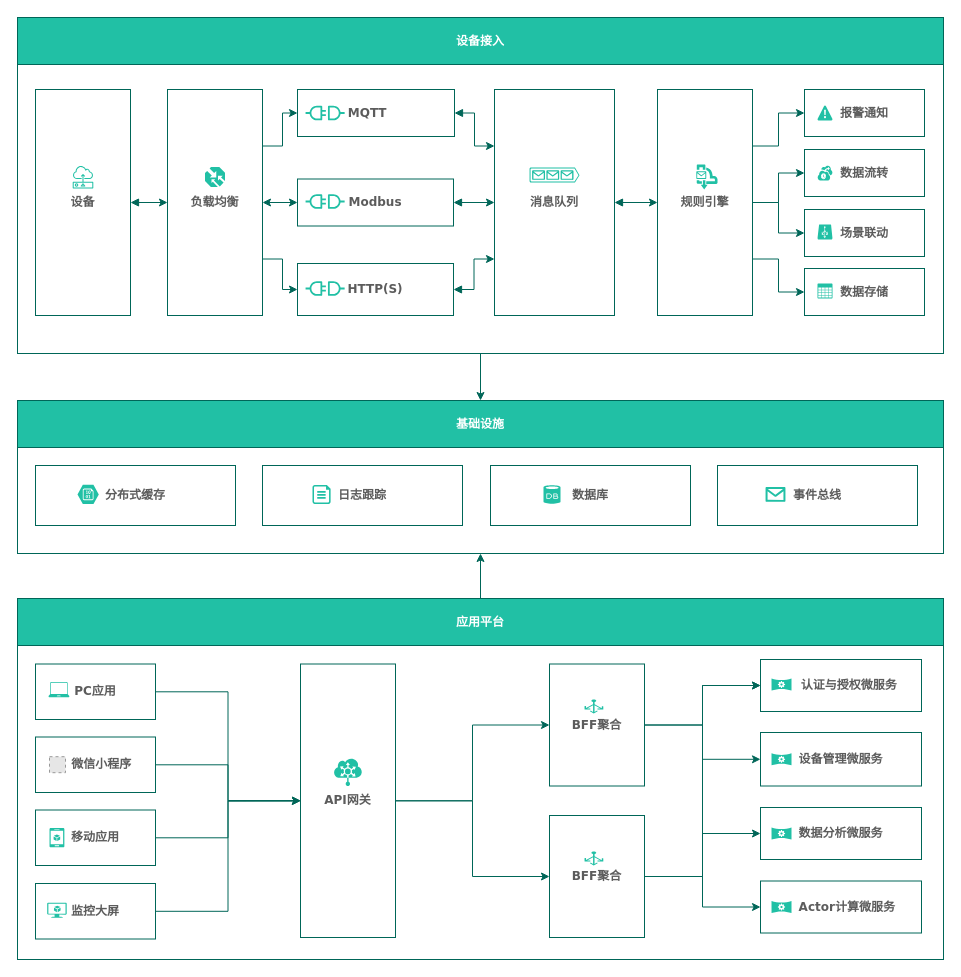
Before: page "软件架构图" (2 of 2) of 零度架构.drawio in bit365/diagrams, a draw.io diagram. Source tidied: cells renumbered, new cells numbered last; positions are measured from the earlier drawing's top-left corner, leaving out a move shared by most shapes. Both pictures are drawn from the tidied source at 100%, with x=0, y=0 at pixel (17, 17). Pictures stored in the file or linked from it are replaced by grey dashed boxes.
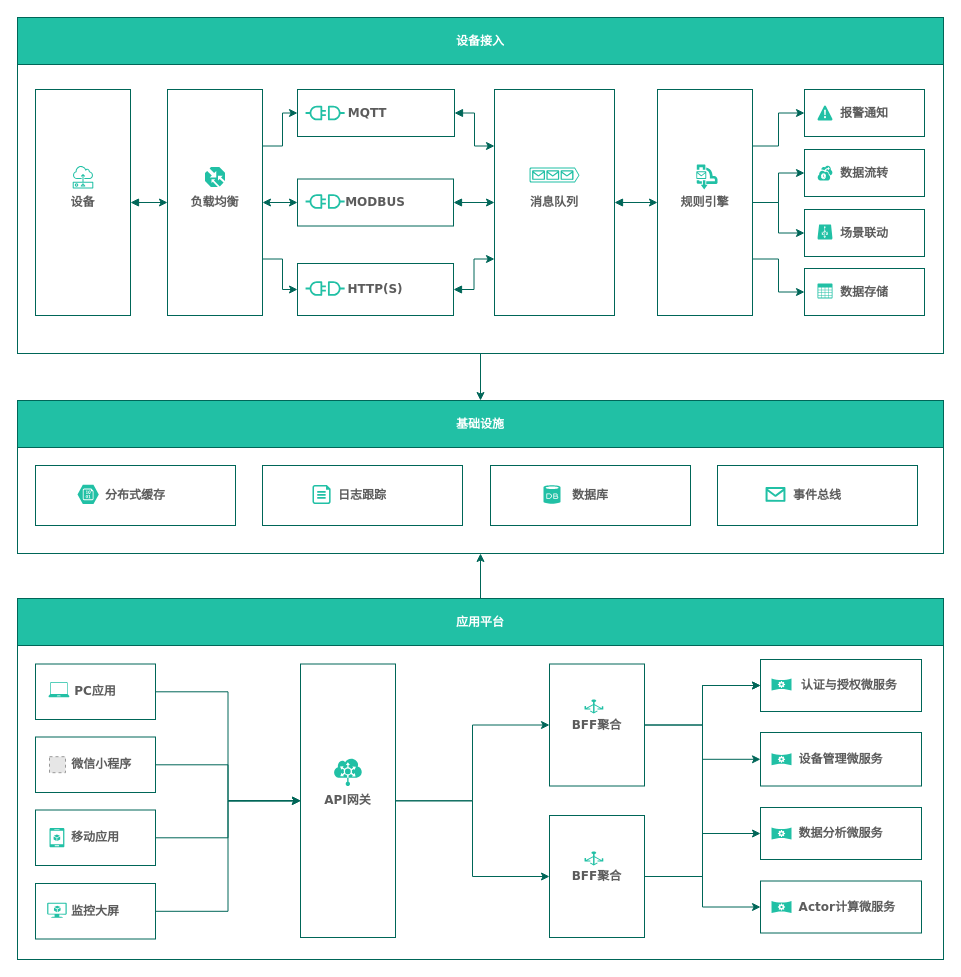
Above is the later version.

Commit message:
更新零度架构.drawio

The edit, as a diff of the source:
```diff
@@
-    <mxCell id="11" value="Modbus" style="rounded=0;whiteSpace=wrap;html=1;fontStyle=1;fontFamily=Verdana;fillColor=none;strokeColor=#006658;fontColor=#5C5C5C;sketch=0;" parent="1" vertex="1">
+    <mxCell id="11" value="MODBUS" style="rounded=0;whiteSpace=wrap;html=1;fontStyle=1;fontFamily=Verdana;fillColor=none;strokeColor=#006658;fontColor=#5C5C5C;sketch=0;" parent="1" vertex="1">
       <mxGeometry x="280" y="161.5" width="156" height="47" as="geometry" />
     </mxCell>
```
